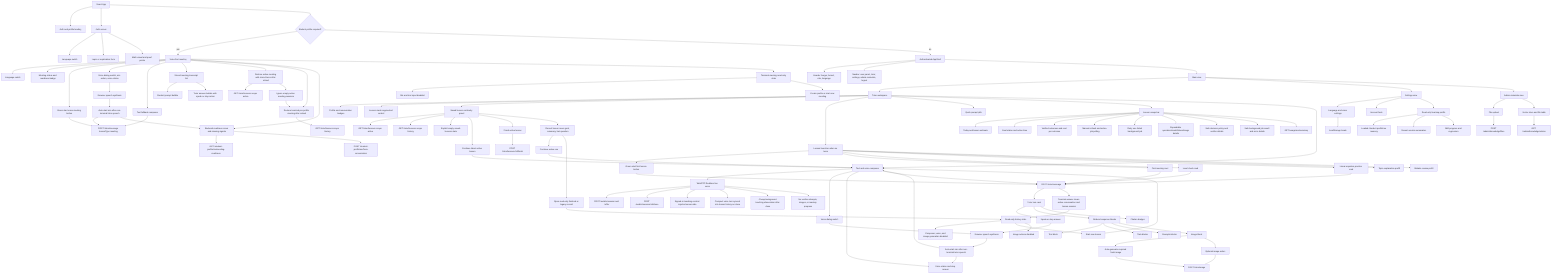
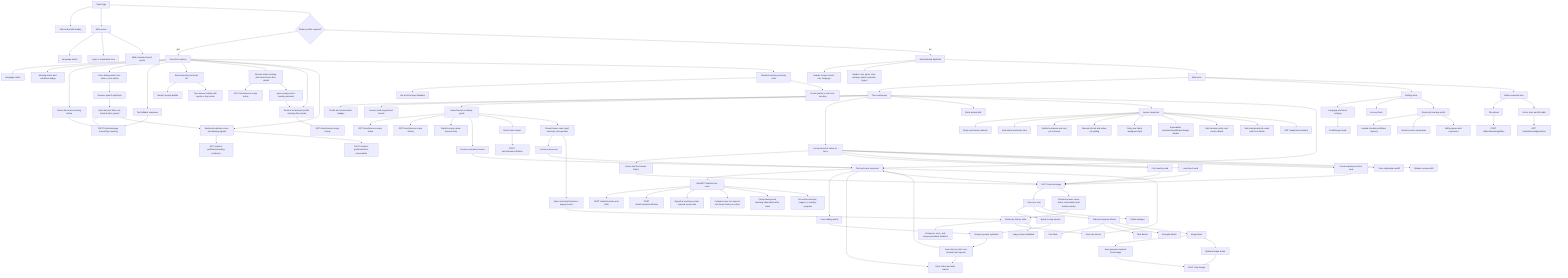
flowchart TB
  App[React App] --> Loading[Auth and profile loading]
  App --> Auth[Auth screen]
  Auth --> AuthLang[Language switch]
  Auth --> AuthForm[Login or registration form]
  Auth --> AuthVisual[Math visual and proof points]

  App --> FirstMeeting{Student profile required?}
  FirstMeeting -->|yes| Meeting[Voice-first meeting]
  Meeting --> MeetingLang[Language switch]
  Meeting --> MeetingStatus[Meeting status and readiness badge]
  Meeting --> VoiceStart[Green start voice meeting button]
  Meeting --> MeetingVoice[Voice dialog switch, mic action, voice status]
  MeetingVoice --> MeetingSpeech[Browser speech synthesis]
  MeetingSpeech --> MeetingAutoMic[Auto-start mic after non-terminal tutor speech]
  Meeting --> TextFallback[Text fallback composer]
  Meeting --> MeetingTranscript[Stored meeting transcript list]
  MeetingTranscript --> StudentBubble[Student prompt bubble]
  MeetingTranscript --> TutorBubble[Tutor answer bubble with speak or stop action]
  Meeting --> MeetingHydration[Restore active meeting with stored turns after reload]
  MeetingHydration --> ActiveMeetingApi[GET /tutor/lessons scope active]
  MeetingHydration --> EmptyActiveMeeting[Ignore empty active meeting sessions]
  EmptyActiveMeeting --> TerminalMeetingHydration
  Meeting --> TerminalMeetingHydration[Restore terminal pre-profile meeting after reload]
  TerminalMeetingHydration --> HistoricalMeetingApi[GET /tutor/lessons scope history]
  Meeting --> MeetingReadiness[Backend readiness score and missing signals]
  MeetingReadiness --> MeetingReadinessApi[GET /student-profile/me/meeting-readiness]
  Meeting --> TerminalMeeting[Terminal meeting read-only state]
  TerminalMeeting --> DisabledMeetingInput[Mic and text input disabled]
  TerminalMeeting --> ProfileOrRestart[Create profile or start new meeting]
  VoiceStart --> MeetingTutorApi[POST /tutor/message lessonType meeting]
  TextFallback --> MeetingTutorApi
  MeetingAutoMic --> MeetingTutorApi
  MeetingAutoMic --> MeetingReadiness
  MeetingReadiness --> ProfileApi[POST /student-profile/me/from-conversation]

  FirstMeeting -->|no| Shell[Authenticated AppShell]
  Shell --> Header[Header: burger, brand, role, language]
  Shell --> Navbar[Navbar: user panel, tutor, settings, admin materials, logout]
  Shell --> Main[Main view]

  Main --> Tutor[Tutor workspace]
  Tutor --> TutorStatus[Profile and conversation badges]
  Tutor --> LessonMode[Lesson mode segmented control]
  Tutor --> LessonHistory[Saved lesson continuity panel]
  LessonHistory --> ActiveHistoryApi[GET /tutor/lessons scope active]
  LessonHistory --> ArchivedHistoryApi[GET /tutor/lessons scope history]
  LessonHistory --> EmptyHistory[Explicit empty saved-lessons state]
-   LessonHistory --> ResumeLatest[Continue latest active lesson]
+   LessonHistory --> ResumeLatest[Continue unfinished lesson]
  LessonHistory --> FinishLesson[Finish active lesson]
  FinishLesson --> FinishApi[POST /tutor/lessons/:id/finish]
  LessonHistory --> HistoryRows[Recent lesson rows: goal, summary, last question]
  HistoryRows --> ContinueActive[Continue active row]
  HistoryRows --> OpenRecord[Open read-only finished or legacy record]
  ResumeLatest --> Composer
  ContinueActive --> Composer
  OpenRecord --> ReadOnlyState[Read-only history state]
  ReadOnlyState --> DisabledComposer[Composer, voice, and image generation disabled]
  ReadOnlyState --> NewLessonFromHistory[Start new lesson]
  NewLessonFromHistory --> Composer
  Tutor --> LessonLauncher[Lesson launcher when no turns]
  LessonLauncher --> StartFirst[Green start first lesson button]
  LessonLauncher --> MeetingCard[First meeting card]
  LessonLauncher --> DiagnosticCard[Level check card]
  LessonLauncher --> PracticeCard[Linear equation practice card]
  LessonLauncher --> TopicCard[Topic explanation prefill]
  LessonLauncher --> MistakeCard[Mistake review prefill]
  StartFirst --> TutorApi[POST /tutor/message]
  MeetingCard --> TutorApi
  DiagnosticCard --> TutorApi
  PracticeCard --> TutorApi
  Tutor --> QuickPrompts[Quick prompt pills]
  Tutor --> UsageBar[Lesson usage bar]
  UsageBar --> UsageSummary[Today and lesson estimate]
  UsageBar --> GoalStatus[Goal status and active time]
  UsageBar --> VerifiedOutcome[Verified outcomes and cost per outcome]
  UsageBar --> UsageRefresh[Manual refresh and active-job polling]
  UsageBar --> BackgroundRetry[Retry one failed background job]
  UsageBar --> UsageDetails[Expandable operation/model/token/image details]
  UsageBar --> DecisionDetails[Safe decision policy and verifier details]
  UsageBar --> BackgroundJobDetails[Safe background job result and error details]
  UsageBar --> UsageApi[GET /usage/me/summary]
  Tutor --> Composer[Text and voice composer]
  Composer --> RealtimeVoice[WebRTC Realtime live voice]
  RealtimeVoice --> WebRtcApi[POST /webrtc/session and /offer]
  RealtimeVoice --> RealtimeClose[POST /webrtc/session/:id/close]
  RealtimeVoice --> RealtimeContext[Signed-in teaching context injected server-side]
  RealtimeVoice --> RealtimeSync[Compact voice turn synced into lesson history on close]
  RealtimeVoice --> RealtimeReview[Cheap background teaching observation after close]
  RealtimeVoice --> RealtimeLimit[No verifier attempts, images, or mastery progress]
  Composer --> VoiceOutput[Voice dialog switch]
  Composer --> VoiceStatus[Voice status and stop reason]
  VoiceOutput --> SpeechSynthesis[Browser speech synthesis]
  SpeechSynthesis --> AutoMic[Auto-start mic after non-terminal tutor speech]
  AutoMic --> VoiceStatus
  AutoMic --> Composer
  Composer --> TutorApi[POST /tutor/message]
  TutorApi --> TurnCard[Tutor turn card]
  TutorApi --> TerminalBoundary[Terminal answer clears active conversation and lesson session]
  TerminalBoundary --> ReadOnlyState
  TurnCard --> SpeakAction[Speak or stop answer]
  SpeakAction --> SpeechSynthesis
  TurnCard --> Blocks[Ordered response blocks]
  Blocks --> Explanation[Text block]
  Blocks --> Tasks[Task blocks]
  Blocks --> Examples[Example blocks]
  Blocks --> ImageBlock[Image block]
  TurnCard --> Citations[Citation badges]
  ImageBlock --> AutoImage[Auto-generate required fresh image]
  ImageBlock --> ImageAction[Optional image action]
  ReadOnlyState --> ImageDisabled[Image actions disabled]
  AutoImage --> ImageApi
  ImageAction --> ImageApi[POST /tutor/image]

  Main --> Settings[Settings view]
  Settings --> Interface[Language and voice settings]
  Settings --> Account[Account facts]
  Settings --> Profile[Read-only learning profile]
  Interface --> LocaleStore[localStorage locale]
  Profile --> ProfileMemory[Loaded /student-profile/me memory]
  Profile --> SessionMemory[Recent session summaries]
  Profile --> SkillMemory[Skill progress and regression]

  Main --> Knowledge[Admin materials view]
  Knowledge --> Upload[File upload]
  Knowledge --> Status[Vector store and file table]
  Upload --> KnowledgeApi[POST /admin/knowledge/files]
  Status --> StatusApi[GET /admin/knowledge/status]
